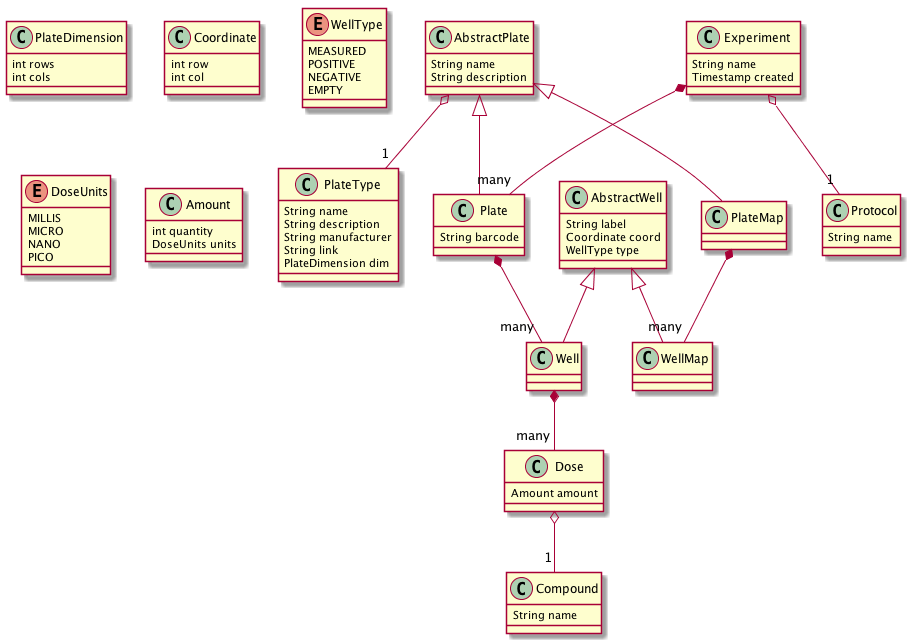
Before: docs/uml/classes.png, a diagram exported from PlantUML (massfords/we99).
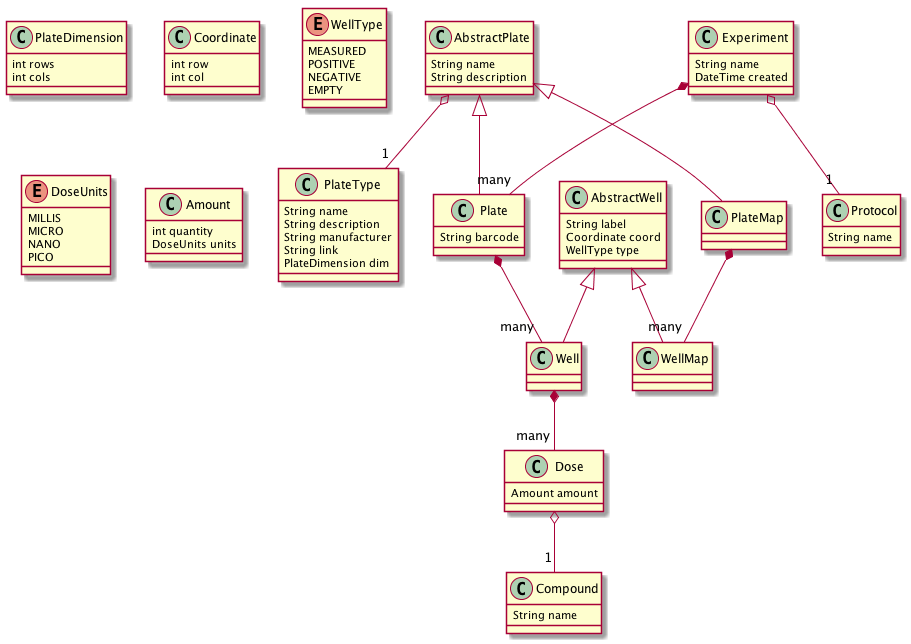
Above is the later version.

Commit message:
- updated the UML for results

Change to the diagram source:
```diff
@@ -86,7 +86,7 @@
 
 class Experiment {
     String name
-    Timestamp created
+    DateTime created
 }
 
 
```
